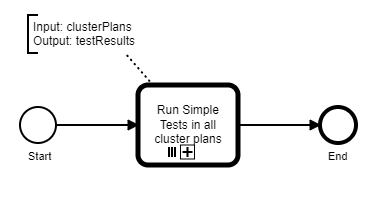
The BPMN diagram assets/run-all-tests.png in zeebe-io/zeebe-cluster-testbench, before a commit. Its source is kept beside it as bootstrap/src/main/resources/workflows/run-all-tests.bpmn. Ids are renumbered.
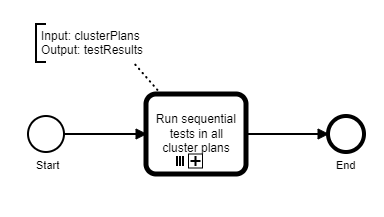
After the change.

What changed in the source:
```diff
@@ -3,10 +3,10 @@
     <bpmn:startEvent id="start" name="Start">
       <bpmn:outgoing>Flow_n2</bpmn:outgoing>
     </bpmn:startEvent>
-    <bpmn:sequenceFlow id="Flow_n2" sourceRef="start" targetRef="run-simple-tests-in-all-cluster-plans" />
-    <bpmn:callActivity id="run-simple-tests-in-all-cluster-plans" name="Run Simple Tests in all cluster plans">
+    <bpmn:sequenceFlow id="Flow_n2" sourceRef="start" targetRef="run-sequential-tests-in-all-cluster-plans" />
+    <bpmn:callActivity id="run-sequential-tests-in-all-cluster-plans" name="Run sequential tests in all cluster plans">
       <bpmn:extensionElements>
-        <zeebe:calledElement processId="run-simple-test-in-clusterplan" />
+        <zeebe:calledElement processId="run-sequential-test-in-clusterplan" />
         <zeebe:ioMapping>
           <zeebe:output source="=testResult" target="testResult" />
         </zeebe:ioMapping>
@@ -22,12 +22,12 @@
     <bpmn:endEvent id="end" name="End">
       <bpmn:incoming>Flow_n3</bpmn:incoming>
     </bpmn:endEvent>
-    <bpmn:sequenceFlow id="Flow_n3" sourceRef="run-simple-tests-in-all-cluster-plans" targetRef="end" />
+    <bpmn:sequenceFlow id="Flow_n3" sourceRef="run-sequential-tests-in-all-cluster-plans" targetRef="end" />
     <bpmn:textAnnotation id="TextAnnotation_n4">
       <bpmn:text>Input: clusterPlans
 Output: testResults</bpmn:text>
     </bpmn:textAnnotation>
-    <bpmn:association id="Association_n5" sourceRef="run-simple-tests-in-all-cluster-plans" targetRef="TextAnnotation_n4" />
+    <bpmn:association id="Association_n5" sourceRef="run-sequential-tests-in-all-cluster-plans" targetRef="TextAnnotation_n4" />
   </bpmn:process>
   <bpmndi:BPMNDiagram id="BPMNDiagram_1">
     <bpmndi:BPMNPlane id="BPMNPlane_1" bpmnElement="run-all-tests">
@@ -45,7 +45,7 @@
           <dc:Bounds x="160" y="215" width="25" height="14" />
         </bpmndi:BPMNLabel>
       </bpmndi:BPMNShape>
-      <bpmndi:BPMNShape id="Activity_1veubh3_di" bpmnElement="run-simple-tests-in-all-cluster-plans">
+      <bpmndi:BPMNShape id="Activity_1veubh3_di" bpmnElement="run-sequential-tests-in-all-cluster-plans">
         <dc:Bounds x="270" y="150" width="100" height="80" />
       </bpmndi:BPMNShape>
       <bpmndi:BPMNShape id="Event_09i4iev_di" bpmnElement="end">
```
